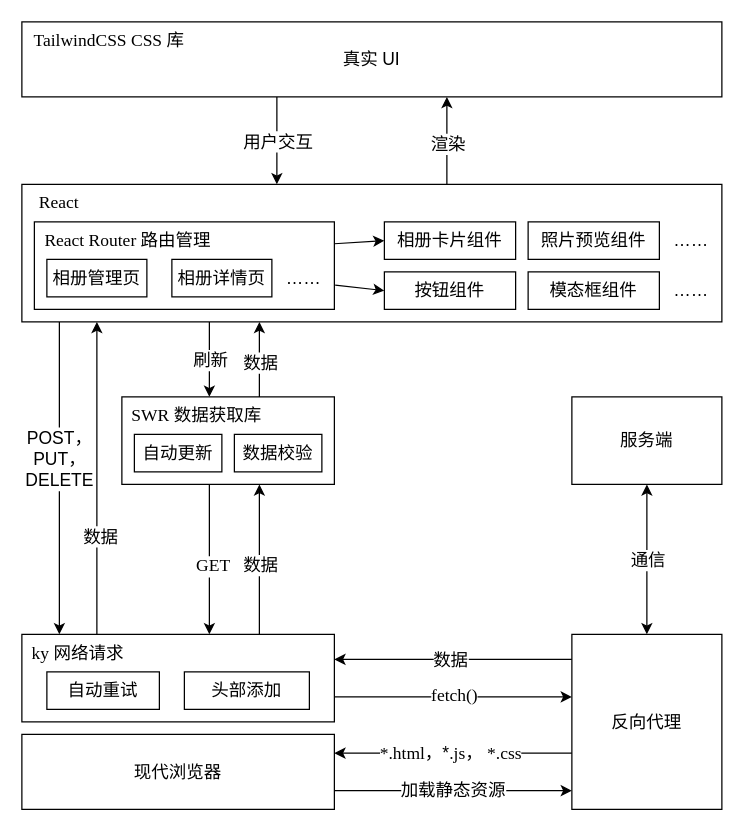
The draw.io diagram public/front-end-arch.drawio in 3fuyang/3fuyang.github.io, before the edit. Source tidied: cells renumbered, new cells numbered last; positions are measured from the earlier drawing's top-left corner, leaving out a move shared by most shapes. Both pictures are drawn from the tidied source at 125%, with x=0, y=0 at pixel (21, 21).
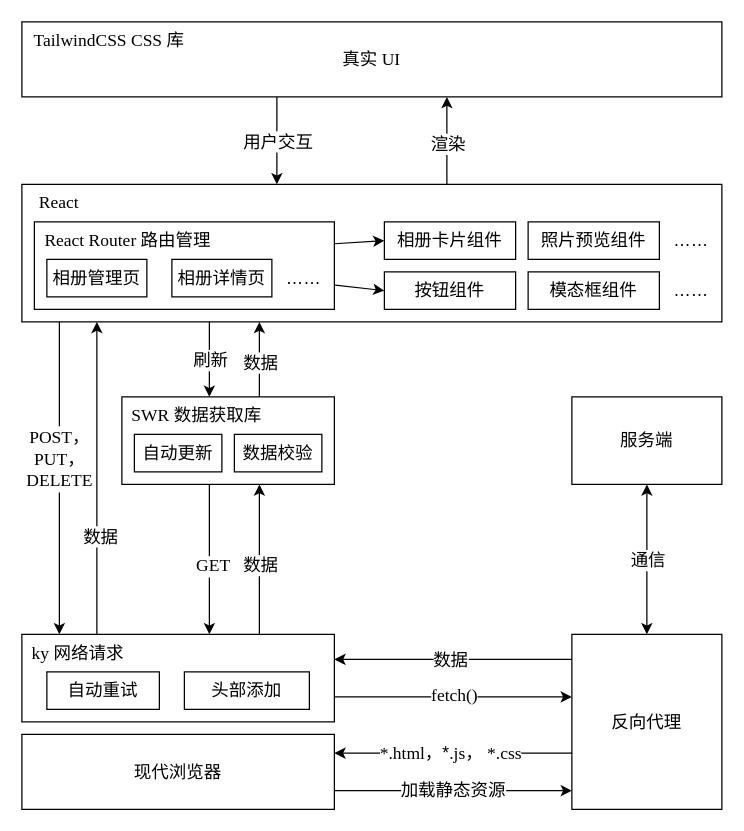
After the change.

What changed in the source:
```diff
@@
-    <mxCell id="19" value="&lt;font face=&quot;宋体&quot; style=&quot;font-size: 14px;&quot;&gt;POST，&lt;br&gt;PUT，&lt;br&gt;DELETE&lt;/font&gt;" style="endArrow=classic;html=1;rounded=0;" parent="1" edge="1">
+    <mxCell id="19" value="&lt;font face=&quot;Times New Roman&quot; style=&quot;font-size: 14px;&quot;&gt;POST&lt;/font&gt;&lt;font style=&quot;font-size: 14px;&quot;&gt;&lt;font face=&quot;宋体&quot;&gt;，&lt;/font&gt;&lt;br&gt;&lt;font face=&quot;Times New Roman&quot;&gt;PUT&lt;/font&gt;&lt;/font&gt;&lt;font style=&quot;font-size: 14px;&quot;&gt;&lt;font face=&quot;宋体&quot;&gt;，&lt;/font&gt;&lt;br&gt;&lt;font face=&quot;Times New Roman&quot;&gt;DELETE&lt;/font&gt;&lt;/font&gt;" style="endArrow=classic;html=1;rounded=0;" parent="1" edge="1">
       <mxGeometry x="-0.12" relative="1" as="geometry">
         <mxPoint x="30" y="240" as="sourcePoint" />
         <mxPoint x="30" y="490" as="targetPoint" />
       </mxGeometry>
     </mxCell>
@@
-    <mxCell id="45" value="&lt;span style=&quot;font-size: 14px;&quot;&gt;&lt;font face=&quot;宋体&quot;&gt;真实&lt;/font&gt;&lt;font face=&quot;Times New Roman&quot;&gt; &lt;/font&gt;&lt;font face=&quot;宋体&quot;&gt;UI&lt;/font&gt;&lt;/span&gt;" style="rounded=0;whiteSpace=wrap;html=1;" parent="1" vertex="1">
+    <mxCell id="45" value="&lt;span style=&quot;font-size: 14px;&quot;&gt;&lt;font face=&quot;宋体&quot;&gt;真实&lt;/font&gt;&lt;font face=&quot;Times New Roman&quot;&gt; UI&lt;/font&gt;&lt;/span&gt;" style="rounded=0;whiteSpace=wrap;html=1;" parent="1" vertex="1">
       <mxGeometry width="560" height="60" as="geometry" />
     </mxCell>
```
